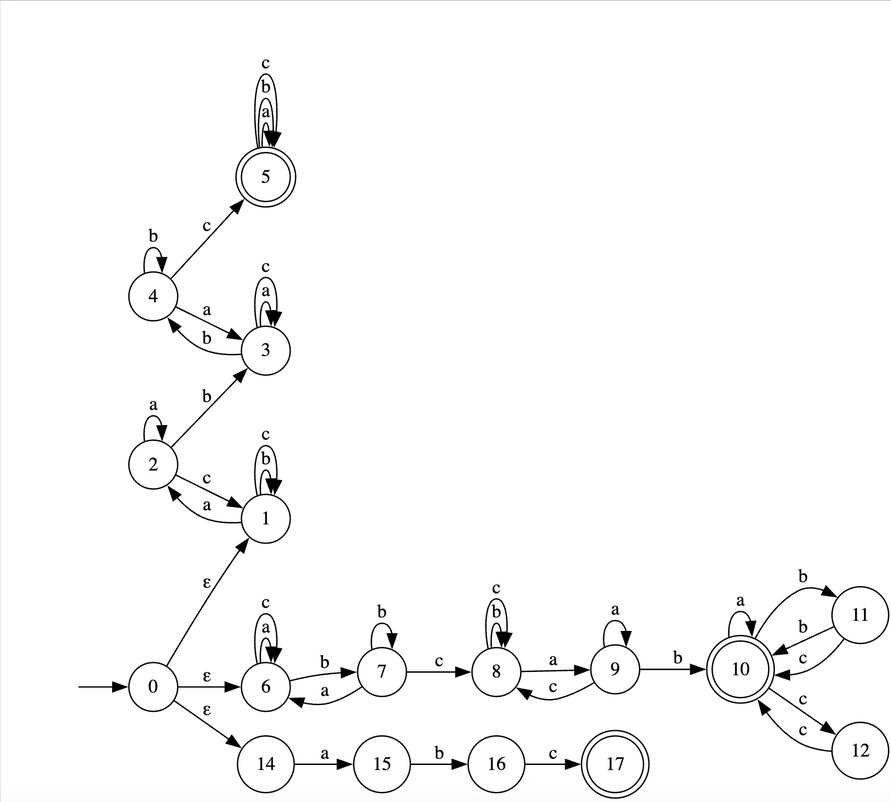
Prrromanssss/formal-languages-labs keeps this Graphviz diagram as lab2/img/nfa.png. Above is the earlier version. Its source is kept beside it as lab2/dot/nfa.dot. Its diagram source:
```dot
digraph NFA {
    rankdir=LR;

    node [shape = doublecircle]; 5 10 17;
    node [shape = circle];

    "" [shape=none,label=""];
    "" -> 0;

    0 -> 1  [label="ε"];   // (a*b*c*)*ab(a*b*c*)*bc(a|b|c)*
    0 -> 6  [label="ε"];   // (a|b|c)*bc(a*b*c*)*ab(a|bc|cc|bb)*
    0 -> 14 [label="ε"];   // abc

    1 -> 2 [label="a"];
    1 -> 1 [label="b"];
    1 -> 1 [label="c"];

    2 -> 3 [label="b"];
    2 -> 2 [label="a"];
    2 -> 1 [label="c"];

    3 -> 4 [label="b"];
    3 -> 3 [label="a"];
    3 -> 3 [label="c"];

    4 -> 5 [label="c"];
    4 -> 4 [label="b"];
    4 -> 3 [label="a"];

    5 -> 5 [label="a"];
    5 -> 5 [label="b"];
    5 -> 5 [label="c"];


    6 -> 7 [label="b"];
    6 -> 6 [label="a"];
    6 -> 6 [label="c"];

    7 -> 8 [label="c"];
    7 -> 7 [label="b"];
    7 -> 6 [label="a"];

    8 -> 9 [label="a"];
    8 -> 8 [label="b"];
    8 -> 8 [label="c"];

    9 -> 10 [label="b"];
    9 -> 9  [label="a"];
    9 -> 8  [label="c"];

    10 -> 10 [label="a"];
    10 -> 11 [label="b"];
    10 -> 12 [label="c"];

    11 -> 10 [label="b"];
    11 -> 10 [label="c"];

    12 -> 10 [label="c"];

    14 -> 15 [label="a"];
    15 -> 16 [label="b"];
    16 -> 17 [label="c"];
}
```
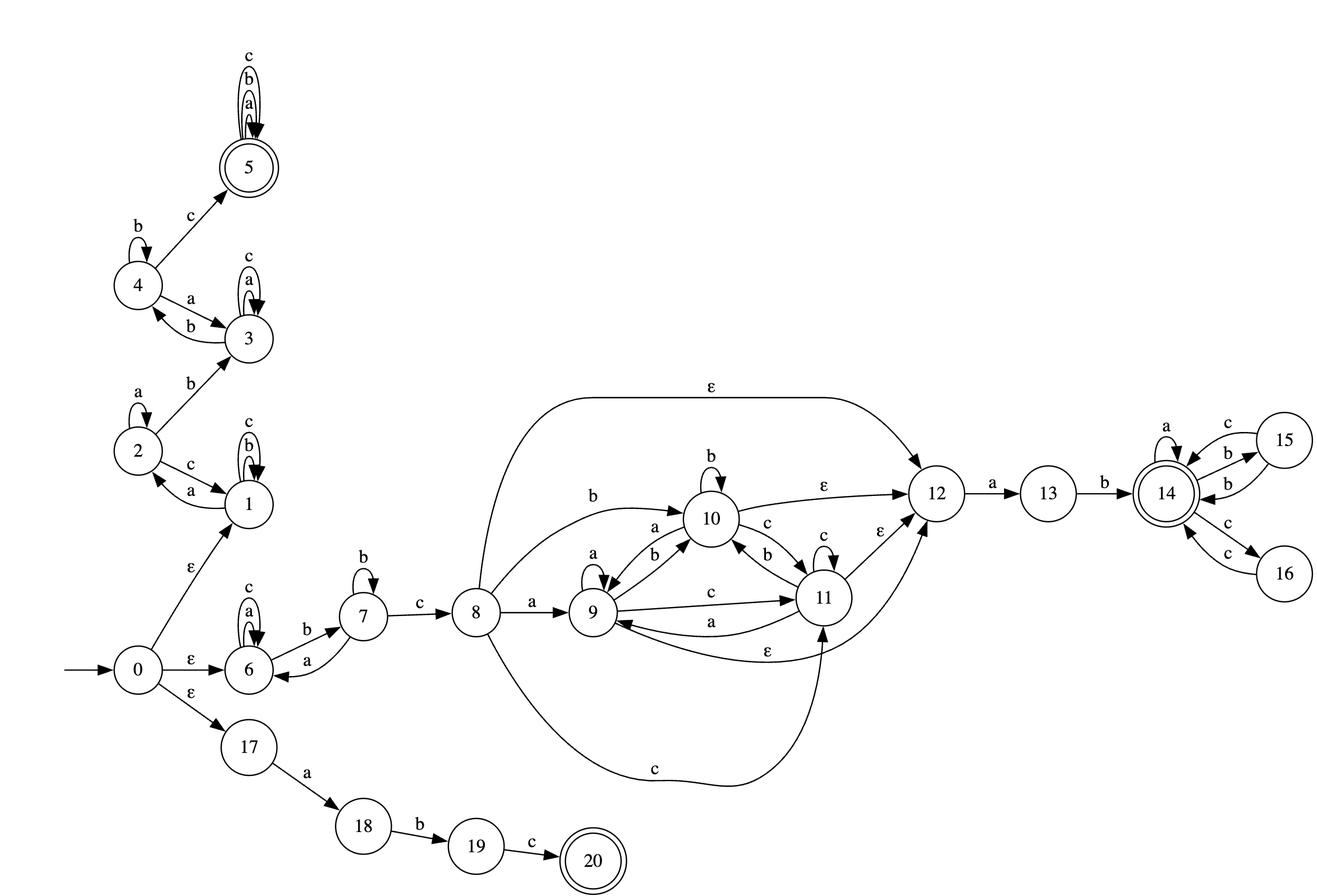
The same diagram one commit later.

Change to the diagram source:
```diff
@@ -1,7 +1,7 @@
 digraph NFA {
     rankdir=LR;
 
-    node [shape = doublecircle]; 5 10 17;
+    node [shape = doublecircle]; 5 14 20;
     node [shape = circle];
 
     "" [shape=none,label=""];
@@ -9,7 +9,8 @@
 
     0 -> 1  [label="ε"];   // (a*b*c*)*ab(a*b*c*)*bc(a|b|c)*
     0 -> 6  [label="ε"];   // (a|b|c)*bc(a*b*c*)*ab(a|bc|cc|bb)*
-    0 -> 14 [label="ε"];   // abc
+    0 -> 17 [label="ε"];   // abc
+
 
     1 -> 2 [label="a"];
     1 -> 1 [label="b"];
@@ -31,7 +32,6 @@
     5 -> 5 [label="b"];
     5 -> 5 [label="c"];
 
-
     6 -> 7 [label="b"];
     6 -> 6 [label="a"];
     6 -> 6 [label="c"];
@@ -40,24 +40,39 @@
     7 -> 7 [label="b"];
     7 -> 6 [label="a"];
 
-    8 -> 9 [label="a"];
-    8 -> 8 [label="b"];
-    8 -> 8 [label="c"];
+    8  -> 9  [label="a"];
+    8  -> 10 [label="b"];
+    8  -> 11 [label="c"];
+    8  -> 12 [label="ε"];
 
-    9 -> 10 [label="b"];
-    9 -> 9  [label="a"];
-    9 -> 8  [label="c"];
+    9  -> 9  [label="a"];
+    9  -> 10 [label="b"];
+    9  -> 11 [label="c"];
+    9  -> 12 [label="ε"];
 
-    10 -> 10 [label="a"];
-    10 -> 11 [label="b"];
-    10 -> 12 [label="c"];
+    10 -> 9  [label="a"];
+    10 -> 10 [label="b"];
+    10 -> 11 [label="c"];
+    10 -> 12 [label="ε"];
 
+    11 -> 9  [label="a"];
     11 -> 10 [label="b"];
-    11 -> 10 [label="c"];
+    11 -> 11 [label="c"];
+    11 -> 12 [label="ε"];
 
-    12 -> 10 [label="c"];
+    12 -> 13 [label="a"];
+    13 -> 14 [label="b"];
 
-    14 -> 15 [label="a"];
-    15 -> 16 [label="b"];
-    16 -> 17 [label="c"];
+    14 -> 14 [label="a"];
+    14 -> 15 [label="b"];
+    14 -> 16 [label="c"];
+
+    15 -> 14 [label="b"];
+    15 -> 14 [label="c"];
+
+    16 -> 14 [label="c"];
+
+    17 -> 18 [label="a"];
+    18 -> 19 [label="b"];
+    19 -> 20 [label="c"];
 }
```
